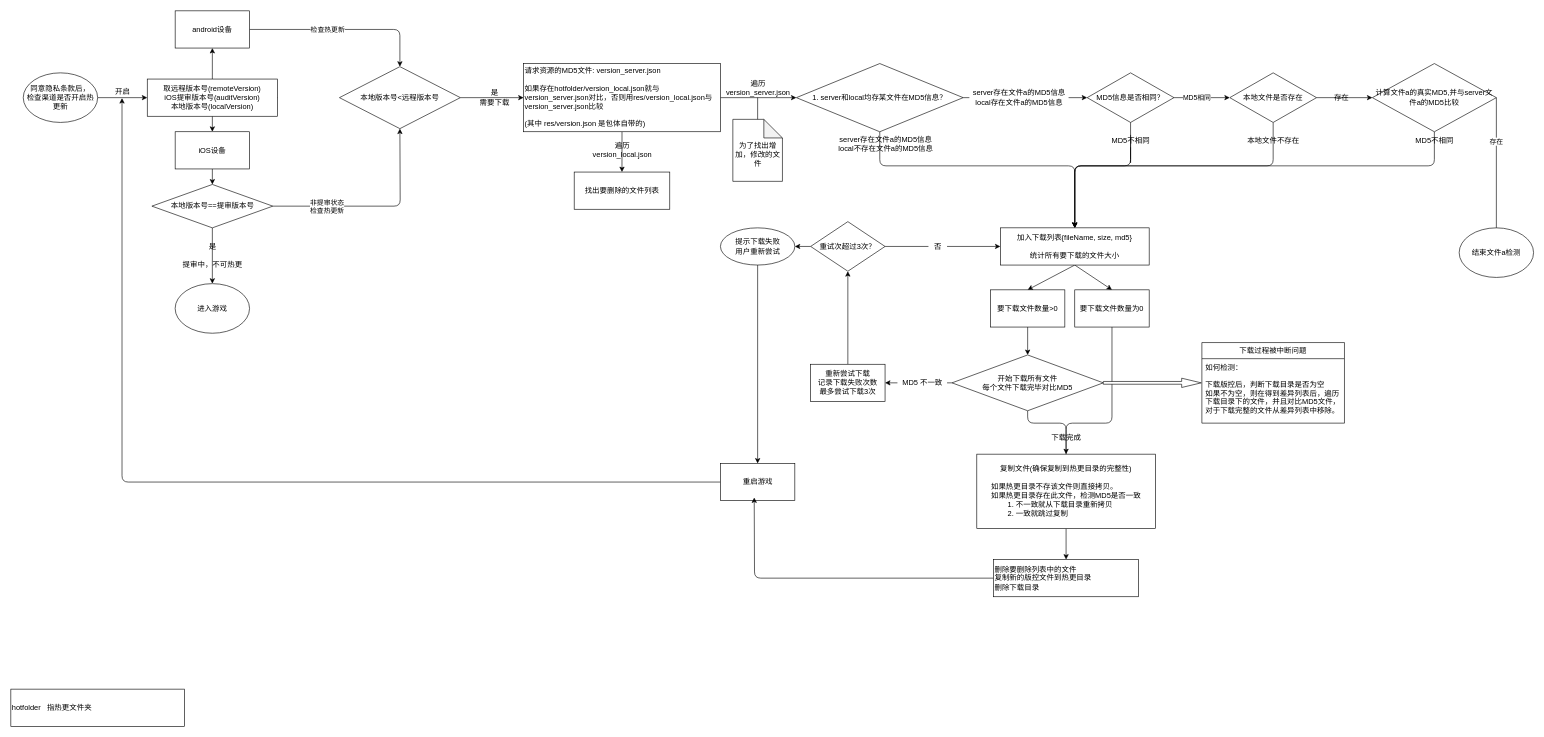
Above: 热更新.drawio in TonyChenn/draw.io (draw.io), before the change. Source tidied: cells renumbered, new cells numbered last; positions are measured from the earlier drawing's top-left corner, leaving out a move shared by most shapes. Both pictures are drawn from the tidied source at 62%, with x=0, y=0 at pixel (11, 11).
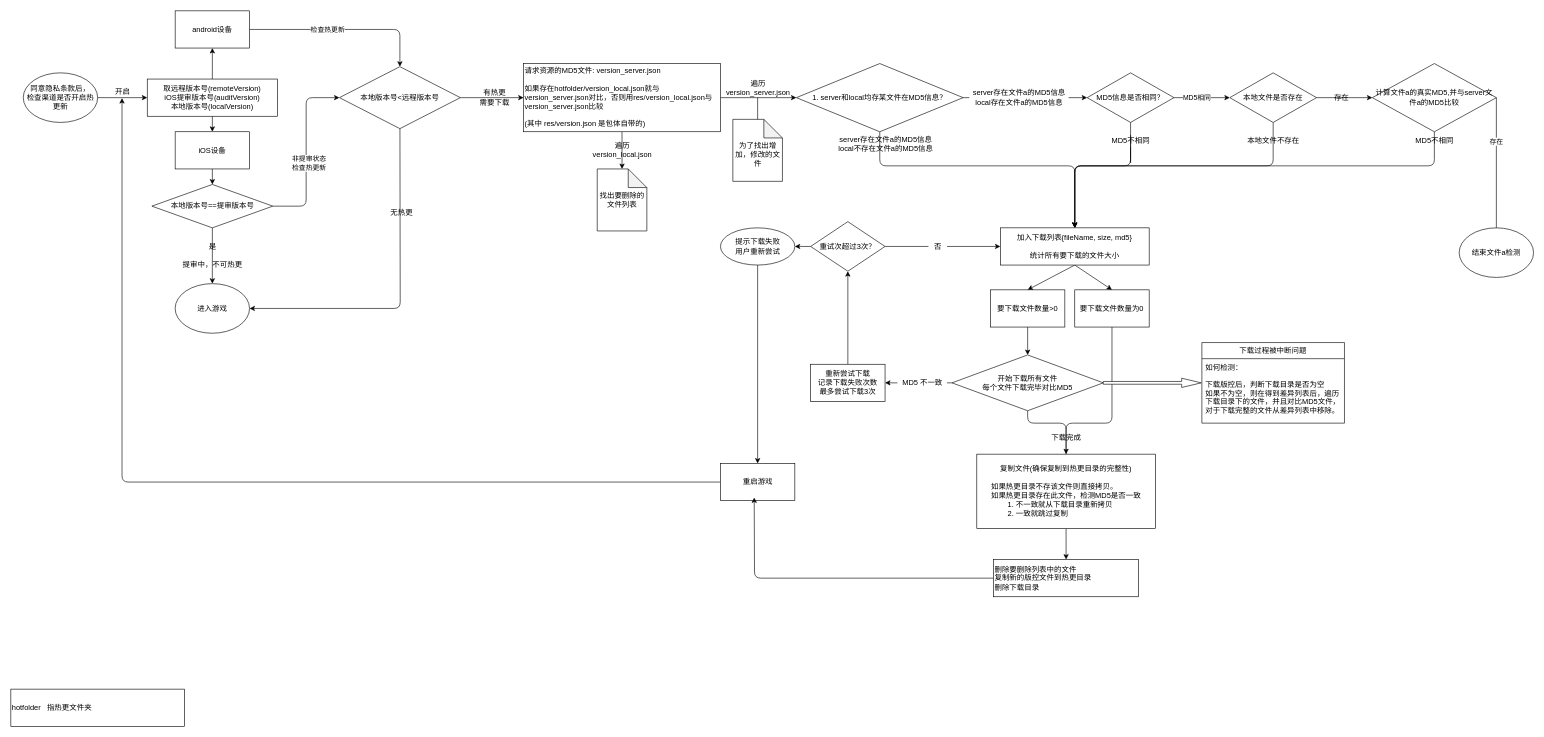
The same page after the edit.

Commit message:
热更新流程图

The change refers to these unchanged cells:
```xml
<mxCell id="16" value="本地版本号==提审版本号" style="rhombus;whiteSpace=wrap;html=1;rounded=0;" parent="1" vertex="1">
  <mxGeometry x="227.5" y="280" width="195" height="70" as="geometry" />
</mxCell>
<mxCell id="18" value="本地版本号&amp;lt;远程版本号" style="rhombus;whiteSpace=wrap;html=1;rounded=0;" parent="1" vertex="1">
  <mxGeometry x="530" y="90" width="195" height="100" as="geometry" />
</mxCell>
<mxCell id="21" value="&lt;div&gt;&lt;span&gt;请求资源的MD5文件: version_server.json&lt;/span&gt;&lt;/div&gt;&lt;div&gt;&lt;span&gt;&lt;br&gt;&lt;/span&gt;&lt;/div&gt;如果存在&lt;span&gt;hotfolder/version_local.json就与&lt;/span&gt;version_server.json对比，否则用res/version_local.json与version_server.json比较&lt;br&gt;&lt;br&gt;(其中 res/version.json 是包体自带的)" style="whiteSpace=wrap;html=1;rounded=0;align=left;" parent="1" vertex="1">
  <mxGeometry x="827" y="85" width="317.5" height="110" as="geometry" />
</mxCell>
<mxCell id="84" value="&lt;span&gt;进入游戏&lt;/span&gt;" style="ellipse;whiteSpace=wrap;html=1;" parent="1" vertex="1">
  <mxGeometry x="265" y="440" width="120" height="80" as="geometry" />
</mxCell>
```

Change to the diagram source:
```diff
@@
-    <mxCell id="14" style="edgeStyle=none;html=1;exitX=1;exitY=0.5;exitDx=0;exitDy=0;entryX=0.5;entryY=1;entryDx=0;entryDy=0;" parent="1" edge="1" source="16" target="18">
-      <mxGeometry relative="1" as="geometry">
-        <Array as="points">
-          <mxPoint x="628" y="315" />
-        </Array>
-      </mxGeometry>
+    <mxCell id="14" style="edgeStyle=orthogonalEdgeStyle;html=1;exitX=1;exitY=0.5;exitDx=0;exitDy=0;entryX=0;entryY=0.5;entryDx=0;entryDy=0;" parent="1" edge="1" source="16" target="18">
+      <mxGeometry relative="1" as="geometry" />
     </mxCell>
     <mxCell id="15" value="非提审状态&lt;br&gt;检查热更新" style="edgeLabel;html=1;align=center;verticalAlign=middle;" parent="14" vertex="1">
       <mxGeometry x="-0.56" y="2" relative="1" as="geometry">
-        <mxPoint x="14" y="2" as="offset" />
+        <mxPoint x="6" y="-61" as="offset" />
       </mxGeometry>
     </mxCell>
@@
+    <mxCell id="86" style="html=1;entryX=1;entryY=0.5;entryDx=0;entryDy=0;" parent="1" edge="1" source="18" target="84">
+      <mxGeometry relative="1" as="geometry">
+        <Array as="points">
+          <mxPoint x="628" y="480" />
+        </Array>
+      </mxGeometry>
+    </mxCell>
@@
-    <mxCell id="20" style="html=1;exitX=0.5;exitY=1;exitDx=0;exitDy=0;entryX=0.5;entryY=0;entryDx=0;entryDy=0;" parent="1" edge="1" source="21" target="54">
+    <mxCell id="20" style="html=1;exitX=0.5;exitY=1;exitDx=0;exitDy=0;entryX=0.5;entryY=0;entryDx=0;entryDy=0;entryPerimeter=0;" parent="1" edge="1" source="21" target="54">
       <mxGeometry relative="1" as="geometry" />
     </mxCell>
@@
-    <mxCell id="22" value="是&lt;br&gt;需要下载" style="text;html=1;align=center;verticalAlign=middle;strokeColor=none;fillColor=none;" parent="1" vertex="1">
+    <mxCell id="22" value="有热更&lt;br&gt;需要下载" style="text;html=1;align=center;verticalAlign=middle;strokeColor=none;fillColor=none;" parent="1" vertex="1">
       <mxGeometry x="750" y="125" width="60" height="30" as="geometry" />
     </mxCell>
@@
-    <mxCell id="54" value="找出要删除的文件列表" style="rounded=0;whiteSpace=wrap;html=1;align=center;" parent="1" vertex="1">
-      <mxGeometry x="908.6" y="260" width="154.2" height="60" as="geometry" />
-    </mxCell>
@@
+    <mxCell id="54" value="&lt;span&gt;找出要删除的文件列表&lt;/span&gt;" style="shape=note;whiteSpace=wrap;html=1;backgroundOutline=1;darkOpacity=0.05;" parent="1" vertex="1">
+      <mxGeometry x="945.8" y="255" width="80" height="100" as="geometry" />
+    </mxCell>
+    <mxCell id="87" value="无热更" style="text;html=1;align=center;verticalAlign=middle;strokeColor=none;fillColor=none;" parent="1" vertex="1">
+      <mxGeometry x="605" y="315" width="50" height="20" as="geometry" />
+    </mxCell>
```
